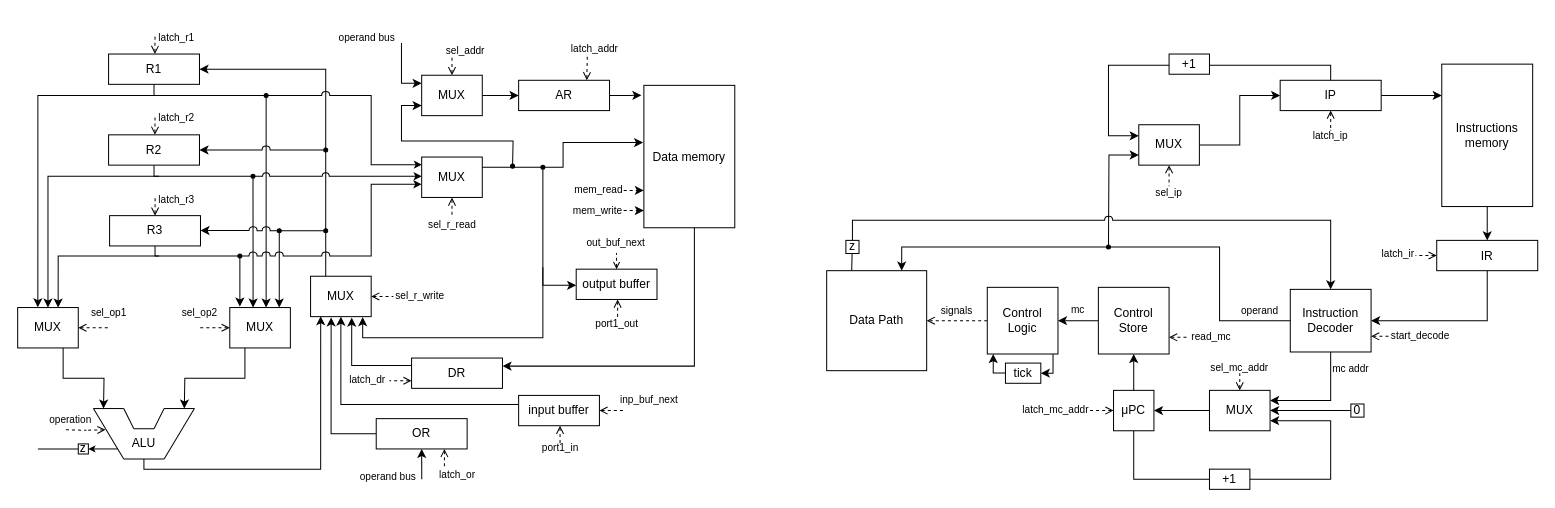
DenisBilobram/csa-lab3-bilobram keeps this draw.io diagram as resources/machine.drawio. Above is the earlier version. Source tidied: cells renumbered, new cells numbered last; positions are measured from the earlier drawing's top-left corner, leaving out a move shared by most shapes. Both pictures are drawn from the tidied source at 101%, with x=0, y=0 at pixel (17, 17).
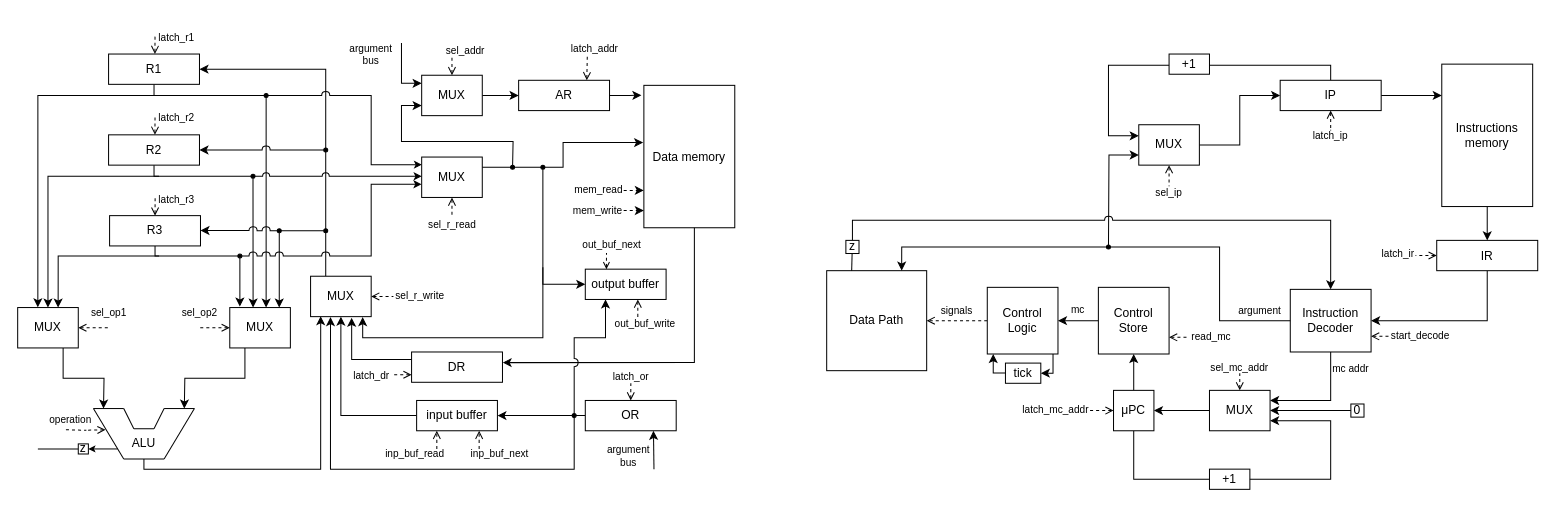
After the change.

The change refers to these unchanged cells:
```xml
<mxCell id="60" value="MUX" style="rounded=0;whiteSpace=wrap;html=1;" parent="1" vertex="1">
  <mxGeometry x="290" y="256" width="60" height="40" as="geometry" />
</mxCell>
<mxCell id="89" value="MUX" style="rounded=0;whiteSpace=wrap;html=1;" parent="1" vertex="1">
  <mxGeometry x="400" y="57" width="60" height="40" as="geometry" />
</mxCell>
```

The edit, as a diff of the source:
```diff
@@
+    <mxCell id="139" value="inp_buf_next" style="text;html=1;align=center;verticalAlign=middle;strokeColor=none;fillColor=none;fontSize=10;" parent="1" vertex="1">
+      <mxGeometry x="437" y="416" width="80" height="30" as="geometry" />
+    </mxCell>
+    <mxCell id="65" value="inp_buf_read" style="text;html=1;align=center;verticalAlign=middle;strokeColor=none;fillColor=none;fontSize=10;" parent="1" vertex="1">
+      <mxGeometry x="353" y="416" width="80" height="30" as="geometry" />
+    </mxCell>
+    <mxCell id="75" value="latch_dr" style="text;html=1;align=center;verticalAlign=middle;strokeColor=none;fillColor=none;fontSize=10;" parent="1" vertex="1">
+      <mxGeometry x="320" y="339" width="60" height="30" as="geometry" />
+    </mxCell>
+    <mxCell id="140" value="out_buf_next" style="text;html=1;align=center;verticalAlign=middle;strokeColor=none;fillColor=none;fontSize=10;" parent="1" vertex="1">
+      <mxGeometry x="548" y="210" width="80" height="30" as="geometry" />
+    </mxCell>
@@
-    <mxCell id="39" style="edgeStyle=orthogonalEdgeStyle;rounded=0;orthogonalLoop=1;jettySize=auto;html=1;exitX=0.556;exitY=1;exitDx=0;exitDy=0;entryX=1;entryY=0.5;entryDx=0;entryDy=0;exitPerimeter=0;" parent="1" edge="1">
+    <mxCell id="39" style="edgeStyle=orthogonalEdgeStyle;rounded=0;jettySize=auto;html=1;exitX=0.556;exitY=1;exitDx=0;exitDy=0;entryX=1.002;entryY=0.351;entryDx=0;entryDy=0;exitPerimeter=0;entryPerimeter=0;" parent="1" edge="1" target="72">
       <mxGeometry relative="1" as="geometry">
-        <mxPoint x="670" y="201" as="sourcePoint" />
-        <mxPoint x="480" y="345" as="targetPoint" />
+        <mxPoint x="670" y="197" as="sourcePoint" />
         <Array as="points">
-          <mxPoint x="670" y="345" />
+          <mxPoint x="670" y="341" />
+          <mxPoint x="480" y="341" />
         </Array>
       </mxGeometry>
     </mxCell>
@@
-    <mxCell id="45" value="operand bus" style="text;html=1;align=center;verticalAlign=middle;whiteSpace=wrap;rounded=0;fontSize=10;" parent="1" vertex="1">
-      <mxGeometry x="316" y="5" width="60" height="30" as="geometry" />
+    <mxCell id="45" value="argument bus" style="text;html=1;align=center;verticalAlign=middle;whiteSpace=wrap;rounded=0;fontSize=10;" parent="1" vertex="1">
+      <mxGeometry x="320" y="21" width="60" height="30" as="geometry" />
     </mxCell>
@@
     <mxCell id="54" style="edgeStyle=orthogonalEdgeStyle;rounded=0;orthogonalLoop=1;jettySize=auto;html=1;exitX=0.25;exitY=1;exitDx=0;exitDy=0;endArrow=none;endFill=0;startArrow=open;startFill=0;dashed=1;" parent="1" edge="1">
       <mxGeometry relative="1" as="geometry">
-        <mxPoint x="594" y="279" as="sourcePoint" />
-        <mxPoint x="594" y="299" as="targetPoint" />
+        <mxPoint x="614" y="279" as="sourcePoint" />
+        <mxPoint x="614" y="299" as="targetPoint" />
       </mxGeometry>
     </mxCell>
-    <mxCell id="55" style="edgeStyle=orthogonalEdgeStyle;rounded=0;jettySize=auto;html=1;exitX=0.5;exitY=0;exitDx=0;exitDy=0;startArrow=open;startFill=0;endArrow=none;endFill=0;dashed=1;endSize=6;startSize=5;" parent="1" edge="1" source="56">
+    <mxCell id="55" style="edgeStyle=orthogonalEdgeStyle;rounded=0;orthogonalLoop=1;jettySize=auto;html=1;exitX=0.474;exitY=0;exitDx=0;exitDy=0;startArrow=open;startFill=0;endArrow=none;endFill=0;dashed=1;endSize=6;startSize=5;exitPerimeter=0;" parent="1" edge="1">
       <mxGeometry relative="1" as="geometry">
-        <mxPoint x="592.9" y="233" as="targetPoint" />
+        <mxPoint x="582.9" y="249" as="sourcePoint" />
+        <mxPoint x="583" y="233" as="targetPoint" />
+        <Array as="points">
+          <mxPoint x="583" y="249" />
+        </Array>
       </mxGeometry>
     </mxCell>
+    <mxCell id="146" style="edgeStyle=orthogonalEdgeStyle;rounded=0;jettySize=auto;html=1;exitX=0.25;exitY=1;exitDx=0;exitDy=0;endArrow=oval;endFill=1;startArrow=classic;startFill=1;endSize=4;jumpStyle=arc;jumpSize=8;" parent="1" edge="1" source="56">
+      <mxGeometry relative="1" as="geometry">
+        <mxPoint x="551" y="394" as="targetPoint" />
+        <Array as="points">
+          <mxPoint x="573" y="317" />
+          <mxPoint x="551" y="317" />
+          <mxPoint x="551" y="394" />
+        </Array>
+      </mxGeometry>
+    </mxCell>
     <mxCell id="56" value="output buffer" style="rounded=0;whiteSpace=wrap;html=1;" parent="1" vertex="1">
-      <mxGeometry x="553" y="249" width="80" height="30" as="geometry" />
+      <mxGeometry x="562" y="249" width="80" height="30" as="geometry" />
     </mxCell>
-    <mxCell id="57" style="edgeStyle=orthogonalEdgeStyle;rounded=0;orthogonalLoop=1;jettySize=auto;html=1;startArrow=oval;startFill=1;endSize=6;startSize=4;jumpSize=6;entryX=0;entryY=0.5;entryDx=0;entryDy=0;" parent="1" edge="1">
+    <mxCell id="57" style="edgeStyle=orthogonalEdgeStyle;rounded=0;jettySize=auto;html=1;startArrow=oval;startFill=1;endSize=6;startSize=4;jumpSize=6;entryX=0;entryY=0.5;entryDx=0;entryDy=0;" parent="1" edge="1" target="56">
       <mxGeometry relative="1" as="geometry">
         <mxPoint x="520" y="148" as="sourcePoint" />
-        <mxPoint x="553" y="265" as="targetPoint" />
         <Array as="points">
-          <mxPoint x="520" y="158" />
-          <mxPoint x="520" y="265" />
+          <mxPoint x="520" y="264" />
         </Array>
       </mxGeometry>
     </mxCell>
-    <mxCell id="58" value="port1_out" style="text;html=1;align=center;verticalAlign=middle;strokeColor=none;fillColor=none;fontSize=10;" parent="1" vertex="1">
-      <mxGeometry x="558" y="288" width="70" height="30" as="geometry" />
+    <mxCell id="58" value="out_buf_write" style="text;html=1;align=center;verticalAlign=middle;strokeColor=none;fillColor=none;fontSize=10;" parent="1" vertex="1">
+      <mxGeometry x="581" y="288" width="80" height="30" as="geometry" />
     </mxCell>
@@
-    <mxCell id="61" style="edgeStyle=orthogonalEdgeStyle;rounded=0;jettySize=auto;html=1;exitX=0.003;exitY=0.433;exitDx=0;exitDy=0;exitPerimeter=0;entryX=0.5;entryY=1;entryDx=0;entryDy=0;" parent="1" edge="1" target="60">
+    <mxCell id="61" style="edgeStyle=orthogonalEdgeStyle;rounded=0;jettySize=auto;html=1;exitX=0;exitY=0.5;exitDx=0;exitDy=0;entryX=0.5;entryY=1;entryDx=0;entryDy=0;" parent="1" edge="1" source="63" target="60">
       <mxGeometry relative="1" as="geometry">
-        <mxPoint x="496.2" y="383" as="sourcePoint" />
         <Array as="points">
-          <mxPoint x="320" y="383" />
+          <mxPoint x="320" y="394" />
         </Array>
       </mxGeometry>
     </mxCell>
-    <mxCell id="62" style="edgeStyle=orthogonalEdgeStyle;rounded=0;jettySize=auto;html=1;exitX=1;exitY=0.5;exitDx=0;exitDy=0;dashed=1;startArrow=open;startFill=0;endArrow=none;endFill=0;" parent="1" edge="1" source="63">
-      <mxGeometry relative="1" as="geometry">
-        <mxPoint x="600" y="389.1" as="targetPoint" />
-      </mxGeometry>
-    </mxCell>
-    <mxCell id="63" value="input buffer" style="rounded=0;whiteSpace=wrap;html=1;" parent="1" vertex="1">
-      <mxGeometry x="496" y="374" width="80" height="30" as="geometry" />
-    </mxCell>
-    <mxCell id="64" style="edgeStyle=orthogonalEdgeStyle;rounded=0;orthogonalLoop=1;jettySize=auto;html=1;exitX=0.25;exitY=1;exitDx=0;exitDy=0;endArrow=none;endFill=0;startArrow=open;startFill=0;dashed=1;" parent="1" edge="1">
-      <mxGeometry relative="1" as="geometry">
-        <mxPoint x="537" y="404" as="sourcePoint" />
-        <mxPoint x="537" y="422" as="targetPoint" />
-      </mxGeometry>
-    </mxCell>
-    <mxCell id="65" value="port1_in" style="text;html=1;align=center;verticalAlign=middle;strokeColor=none;fillColor=none;fontSize=10;" parent="1" vertex="1">
-      <mxGeometry x="507" y="411" width="60" height="30" as="geometry" />
-    </mxCell>
@@
-    <mxCell id="67" style="edgeStyle=orthogonalEdgeStyle;rounded=0;jettySize=auto;html=1;exitX=0.5;exitY=1;exitDx=0;exitDy=0;startArrow=classic;startFill=1;endArrow=none;endFill=0;" parent="1" edge="1" source="69">
-      <mxGeometry relative="1" as="geometry">
-        <mxPoint x="400.1" y="457" as="targetPoint" />
-      </mxGeometry>
-    </mxCell>
-    <mxCell id="68" style="edgeStyle=orthogonalEdgeStyle;rounded=0;jettySize=auto;html=1;exitX=0.75;exitY=1;exitDx=0;exitDy=0;endArrow=none;endFill=0;startArrow=open;startFill=0;dashed=1;" parent="1" edge="1" source="69">
-      <mxGeometry relative="1" as="geometry">
-        <mxPoint x="422.5" y="447" as="targetPoint" />
-      </mxGeometry>
-    </mxCell>
+    <mxCell id="147" style="edgeStyle=orthogonalEdgeStyle;rounded=0;jettySize=auto;html=1;entryX=1;entryY=0.5;entryDx=0;entryDy=0;" parent="1" edge="1" source="69" target="63">
+      <mxGeometry relative="1" as="geometry" />
+    </mxCell>
+    <mxCell id="148" style="edgeStyle=orthogonalEdgeStyle;rounded=0;jettySize=auto;html=1;exitX=0.75;exitY=1;exitDx=0;exitDy=0;startArrow=classic;startFill=1;endArrow=none;endFill=0;" parent="1" edge="1" source="69">
+      <mxGeometry relative="1" as="geometry">
+        <mxPoint x="630" y="447" as="targetPoint" />
+      </mxGeometry>
+    </mxCell>
+    <mxCell id="149" style="edgeStyle=orthogonalEdgeStyle;rounded=0;jettySize=auto;html=1;exitX=0.5;exitY=0;exitDx=0;exitDy=0;endArrow=none;endFill=0;startArrow=open;startFill=0;dashed=1;" parent="1" edge="1" source="69">
+      <mxGeometry relative="1" as="geometry">
+        <mxPoint x="607.1" y="362" as="targetPoint" />
+      </mxGeometry>
+    </mxCell>
     <mxCell id="69" value="OR" style="rounded=0;whiteSpace=wrap;html=1;" parent="1" vertex="1">
-      <mxGeometry x="355" y="397" width="90" height="30" as="geometry" />
+      <mxGeometry x="562" y="379" width="90" height="30" as="geometry" />
     </mxCell>
-    <mxCell id="70" style="edgeStyle=orthogonalEdgeStyle;rounded=0;jettySize=auto;html=1;entryX=0.339;entryY=1.019;entryDx=0;entryDy=0;entryPerimeter=0;" parent="1" edge="1" source="69" target="60">
-      <mxGeometry relative="1" as="geometry" />
-    </mxCell>
     <mxCell id="71" value="latch_or" style="text;html=1;align=center;verticalAlign=middle;strokeColor=none;fillColor=none;fontSize=10;" parent="1" vertex="1">
-      <mxGeometry x="405" y="437" width="60" height="30" as="geometry" />
+      <mxGeometry x="577" y="340" width="60" height="30" as="geometry" />
     </mxCell>
+    <mxCell id="150" style="edgeStyle=orthogonalEdgeStyle;rounded=0;jettySize=auto;html=1;exitX=0;exitY=0.75;exitDx=0;exitDy=0;endArrow=none;endFill=0;startArrow=open;startFill=0;dashed=1;" parent="1" edge="1" source="72">
+      <mxGeometry relative="1" as="geometry">
+        <mxPoint x="370" y="353.5" as="targetPoint" />
+      </mxGeometry>
+    </mxCell>
     <mxCell id="72" value="DR" style="rounded=0;whiteSpace=wrap;html=1;" parent="1" vertex="1">
-      <mxGeometry x="390" y="337" width="90" height="30" as="geometry" />
+      <mxGeometry x="390" y="331" width="90" height="30" as="geometry" />
     </mxCell>
-    <mxCell id="73" style="edgeStyle=orthogonalEdgeStyle;rounded=0;jettySize=auto;html=1;exitX=0;exitY=0.75;exitDx=0;exitDy=0;startArrow=open;startFill=0;endArrow=none;endFill=0;dashed=1;" parent="1" edge="1" source="72">
-      <mxGeometry relative="1" as="geometry">
-        <mxPoint x="368" y="359" as="targetPoint" />
-      </mxGeometry>
-    </mxCell>
-    <mxCell id="74" style="edgeStyle=orthogonalEdgeStyle;rounded=0;jettySize=auto;html=1;exitX=0;exitY=0.25;exitDx=0;exitDy=0;entryX=0.679;entryY=1.023;entryDx=0;entryDy=0;entryPerimeter=0;" parent="1" edge="1" source="72" target="60">
-      <mxGeometry relative="1" as="geometry" />
-    </mxCell>
-    <mxCell id="75" value="latch_dr" style="text;html=1;align=center;verticalAlign=middle;strokeColor=none;fillColor=none;fontSize=10;" parent="1" vertex="1">
-      <mxGeometry x="316" y="343" width="60" height="30" as="geometry" />
-    </mxCell>
@@
     <mxCell id="88" style="edgeStyle=orthogonalEdgeStyle;rounded=0;jettySize=auto;html=1;exitX=0;exitY=0.75;exitDx=0;exitDy=0;endArrow=oval;endFill=1;endSize=4;startArrow=classic;startFill=1;" parent="1" edge="1" source="89">
       <mxGeometry relative="1" as="geometry">
-        <mxPoint x="490" y="147" as="targetPoint" />
+        <mxPoint x="490" y="148" as="targetPoint" />
       </mxGeometry>
     </mxCell>
@@
-    <mxCell id="93" value="operand bus" style="text;html=1;align=center;verticalAlign=middle;whiteSpace=wrap;rounded=0;fontSize=10;" parent="1" vertex="1">
-      <mxGeometry x="337" y="439" width="60" height="30" as="geometry" />
+    <mxCell id="93" value="argument bus" style="text;html=1;align=center;verticalAlign=middle;whiteSpace=wrap;rounded=0;fontSize=10;" parent="1" vertex="1">
+      <mxGeometry x="575" y="419" width="60" height="30" as="geometry" />
     </mxCell>
@@
-    <mxCell id="127" value="operand" style="text;html=1;align=center;verticalAlign=middle;whiteSpace=wrap;rounded=0;fontSize=10;" parent="1" vertex="1">
+    <mxCell id="127" value="argument" style="text;html=1;align=center;verticalAlign=middle;whiteSpace=wrap;rounded=0;fontSize=10;" parent="1" vertex="1">
       <mxGeometry x="1210" y="280" width="40" height="20" as="geometry" />
     </mxCell>
@@
-    <mxCell id="139" value="inp_buf_next" style="text;html=1;align=center;verticalAlign=middle;strokeColor=none;fillColor=none;fontSize=10;" parent="1" vertex="1">
-      <mxGeometry x="585" y="363" width="80" height="30" as="geometry" />
-    </mxCell>
-    <mxCell id="140" value="out_buf_next" style="text;html=1;align=center;verticalAlign=middle;strokeColor=none;fillColor=none;fontSize=10;" parent="1" vertex="1">
-      <mxGeometry x="552" y="208" width="80" height="30" as="geometry" />
-    </mxCell>
@@
+    <mxCell id="63" value="input buffer" style="rounded=0;whiteSpace=wrap;html=1;" parent="1" vertex="1">
+      <mxGeometry x="395" y="379" width="80" height="30" as="geometry" />
+    </mxCell>
+    <mxCell id="151" style="edgeStyle=orthogonalEdgeStyle;rounded=0;jettySize=auto;html=1;entryX=0.329;entryY=1.012;entryDx=0;entryDy=0;entryPerimeter=0;" parent="1" edge="1" target="60">
+      <mxGeometry relative="1" as="geometry">
+        <mxPoint x="551" y="394" as="sourcePoint" />
+        <Array as="points">
+          <mxPoint x="551" y="447" />
+          <mxPoint x="310" y="447" />
+          <mxPoint x="310" y="297" />
+        </Array>
+      </mxGeometry>
+    </mxCell>
+    <mxCell id="74" style="edgeStyle=orthogonalEdgeStyle;rounded=0;jettySize=auto;html=1;exitX=0;exitY=0.25;exitDx=0;exitDy=0;entryX=0.678;entryY=1.028;entryDx=0;entryDy=0;entryPerimeter=0;" parent="1" edge="1" source="72" target="60">
+      <mxGeometry relative="1" as="geometry" />
+    </mxCell>
+    <mxCell id="152" style="endArrow=open;html=1;rounded=0;dashed=1;endFill=0;" parent="1" edge="1">
+      <mxGeometry relative="1" as="geometry">
+        <mxPoint x="415" y="427" as="sourcePoint" />
+        <mxPoint x="415" y="409" as="targetPoint" />
+      </mxGeometry>
+    </mxCell>
+    <mxCell id="153" style="endArrow=open;html=1;rounded=0;dashed=1;endFill=0;" parent="1" edge="1">
+      <mxGeometry relative="1" as="geometry">
+        <mxPoint x="456.9" y="427" as="sourcePoint" />
+        <mxPoint x="456.9" y="409" as="targetPoint" />
+      </mxGeometry>
+    </mxCell>
```
